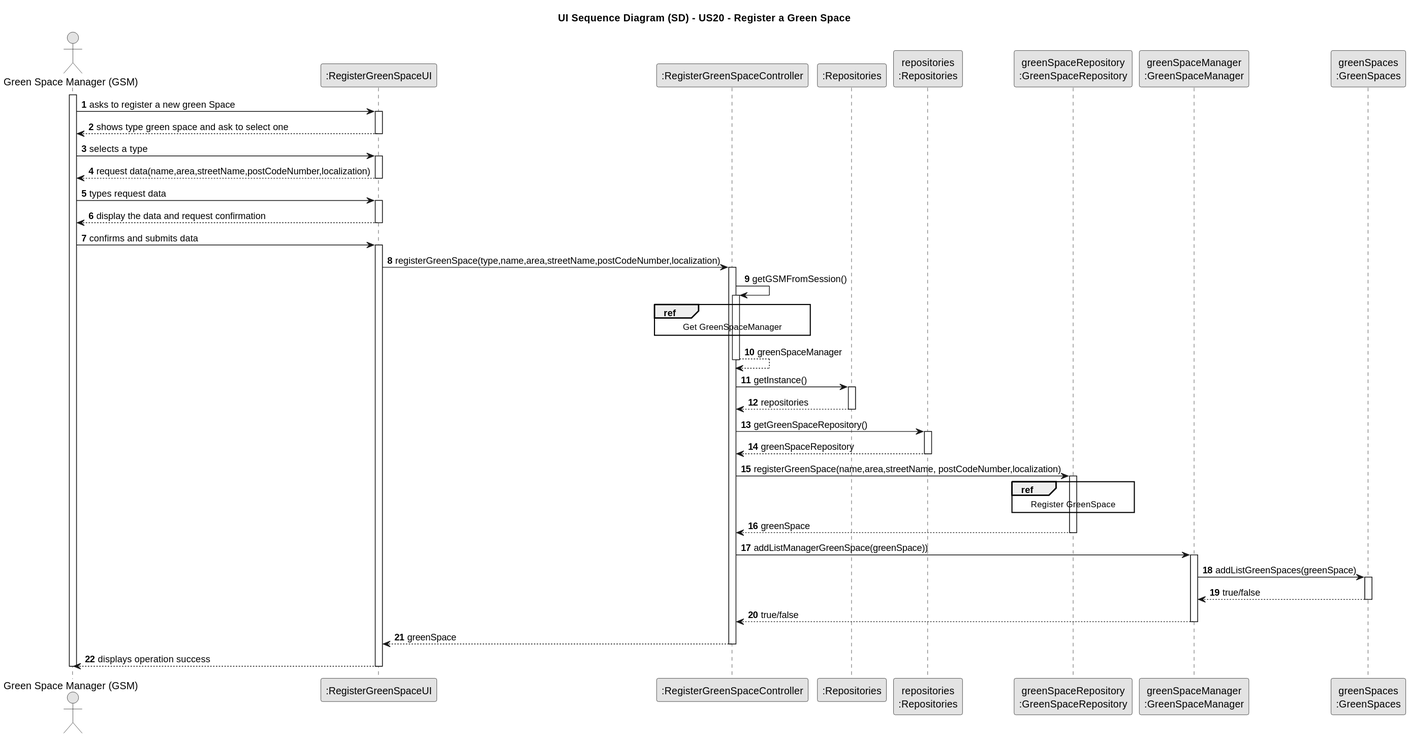
The PlantUML diagram docs/sprint3/us20/03.design/svg/us20-sequence-diagram.svg in Departamento-de-Engenharia-Informatica/lei-24-s2-1db-g022, before a commit.
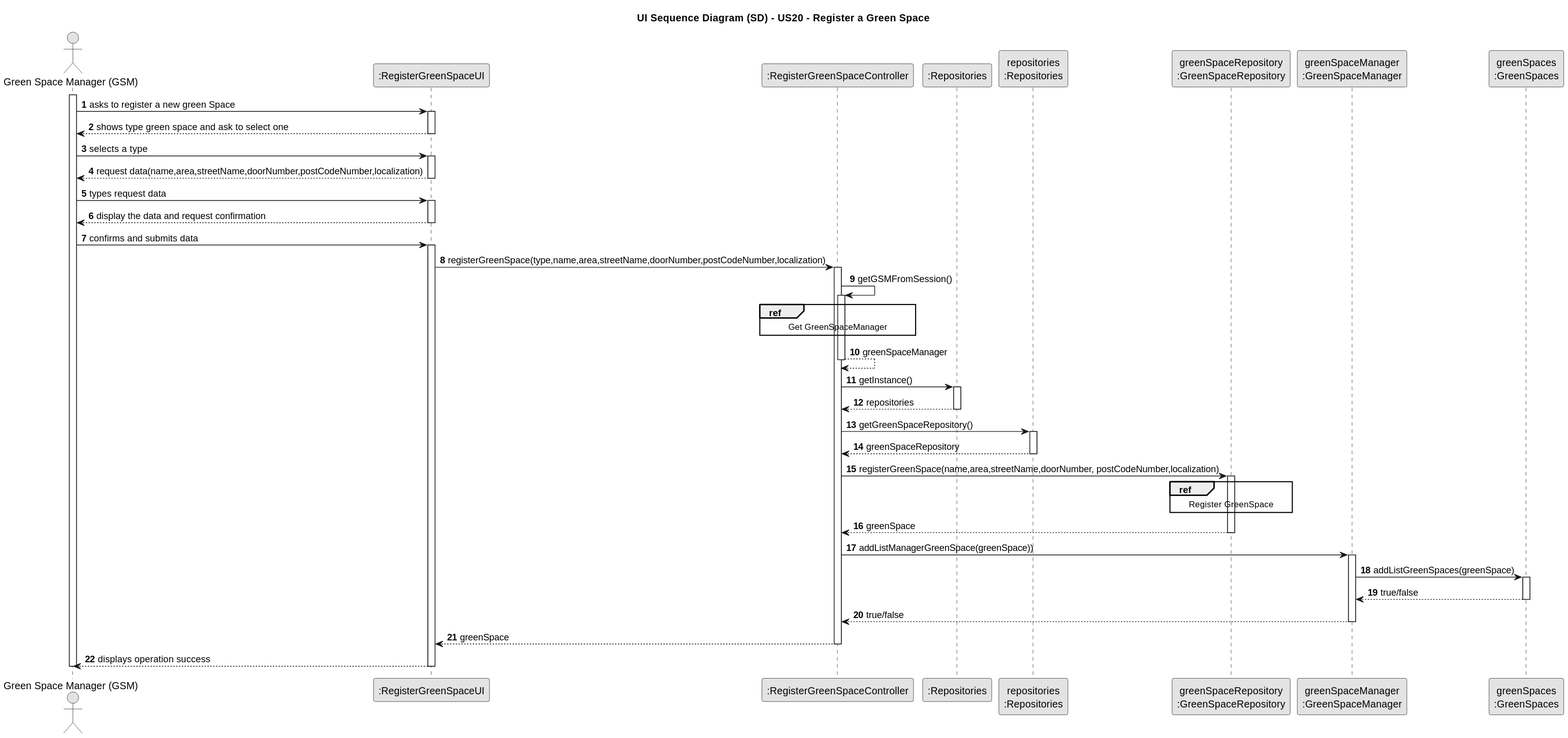
The same file after the commit.

Diff of the diagram source:
```diff
@@ -28,7 +28,7 @@
 
 activate UI
 
-UI --> GSM : request data(name,area,streetName,postCodeNumber,localization)
+UI --> GSM : request data(name,area,streetName,doorNumber,postCodeNumber,localization)
 
 deactivate UI
 
@@ -44,7 +44,7 @@
 
 activate UI
 
-UI -> CTRL: registerGreenSpace(type,name,area,streetName,postCodeNumber,localization)
+UI -> CTRL: registerGreenSpace(type,name,area,streetName,doorNumber,postCodeNumber,localization)
 
 activate CTRL
 
@@ -74,7 +74,7 @@
 
 deactivate PLAT
 
-CTRL -> GSR : registerGreenSpace(name,area,streetName, postCodeNumber,localization)
+CTRL -> GSR : registerGreenSpace(name,area,streetName,doorNumber, postCodeNumber,localization)
 activate GSR
 
 ref over GSR
```
